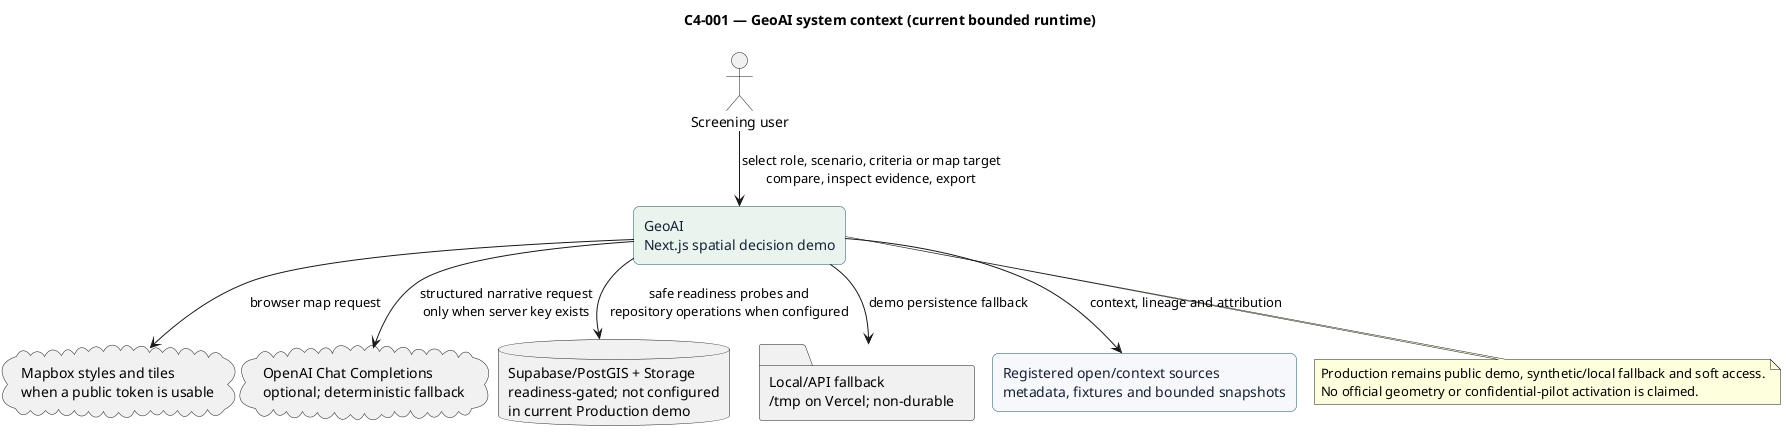
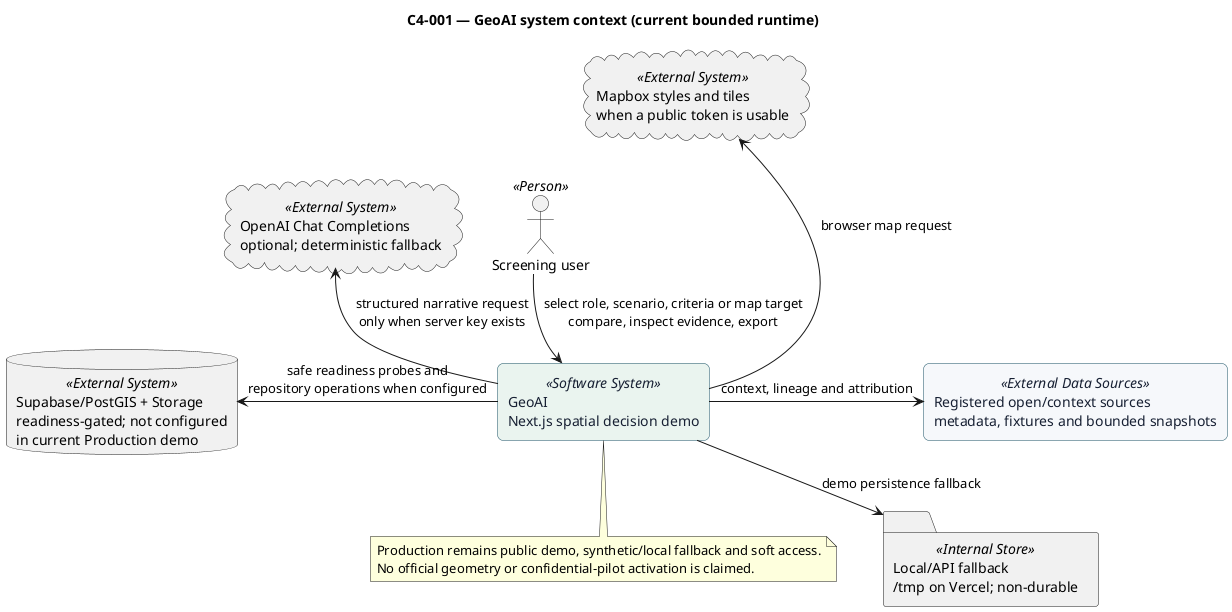
@startuml C4-001
!pragma layout smetana
title C4-001 — GeoAI system context (current bounded runtime)
skinparam backgroundColor #FFFFFF
skinparam shadowing false
skinparam defaultFontName Arial
skinparam rectangle {
  BackgroundColor #F6F8FB
  BorderColor #174F63
  FontColor #172033
  RoundCorner 12
}

- actor "Screening user" as User
- rectangle "GeoAI\nNext.js spatial decision demo" as GeoAI #EAF4EF
- cloud "Mapbox styles and tiles\nwhen a public token is usable" as Mapbox
- cloud "OpenAI Chat Completions\noptional; deterministic fallback" as OpenAI
- database "Supabase/PostGIS + Storage\nreadiness-gated; not configured\nin current Production demo" as Supabase
- folder "Local/API fallback\n/tmp on Vercel; non-durable" as Local
- rectangle "Registered open/context sources\nmetadata, fixtures and bounded snapshots" as Sources
+ actor "Screening user" as User <<Person>>
+ rectangle "GeoAI\nNext.js spatial decision demo" as GeoAI <<Software System>> #EAF4EF
+ cloud "Mapbox styles and tiles\nwhen a public token is usable" as Mapbox <<External System>>
+ cloud "OpenAI Chat Completions\noptional; deterministic fallback" as OpenAI <<External System>>
+ database "Supabase/PostGIS + Storage\nreadiness-gated; not configured\nin current Production demo" as Supabase <<External System>>
+ folder "Local/API fallback\n/tmp on Vercel; non-durable" as Local <<Internal Store>>
+ rectangle "Registered open/context sources\nmetadata, fixtures and bounded snapshots" as Sources <<External Data Sources>>

User --> GeoAI : select role, scenario, criteria or map target\ncompare, inspect evidence, export
- GeoAI --> Mapbox : browser map request
- GeoAI --> OpenAI : structured narrative request\nonly when server key exists
- GeoAI --> Supabase : safe readiness probes and\nrepository operations when configured
- GeoAI --> Local : demo persistence fallback
- GeoAI --> Sources : context, lineage and attribution
+ GeoAI -left-> Mapbox : browser map request
+ GeoAI -left-> OpenAI : structured narrative request\nonly when server key exists
+ GeoAI -left-> Supabase : safe readiness probes and\nrepository operations when configured
+ GeoAI -right-> Sources : context, lineage and attribution
+ GeoAI -right-> Local : demo persistence fallback
+ 
+ Mapbox -[hidden]down-> OpenAI
+ OpenAI -[hidden]down-> Supabase
+ Sources -[hidden]down-> Local

note bottom of GeoAI
Production remains public demo, synthetic/local fallback and soft access.
No official geometry or confidential-pilot activation is claimed.
end note
@enduml
